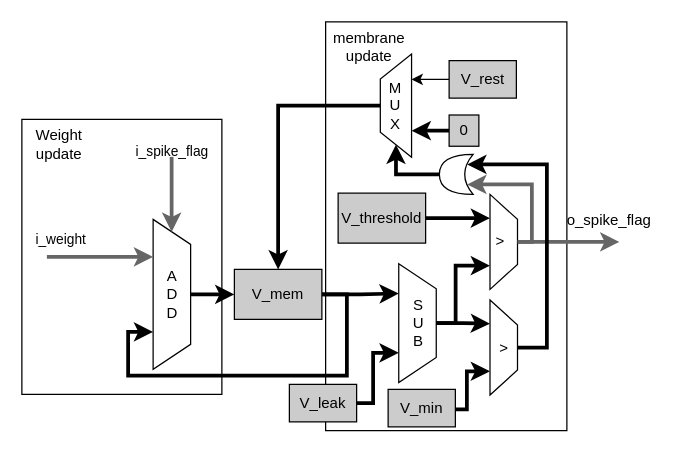
AurelieSa/draw_io keeps this draw.io diagram as slif.drawio. Above is the earlier version. Source tidied: cells renumbered, new cells numbered last; positions are measured from the earlier drawing's top-left corner, leaving out a move shared by most shapes. Both pictures are drawn from the tidied source at 125%, with x=0, y=0 at pixel (21, 21).
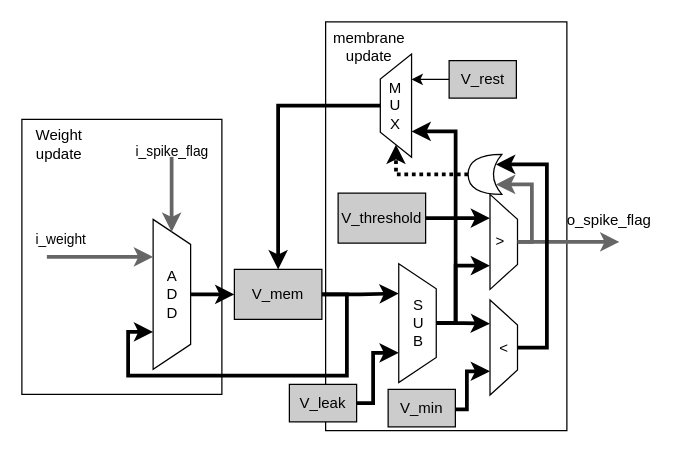
The same diagram, later.

The change refers to these unchanged cells:
```xml
<mxCell id="19" style="shape=trapezoid;perimeter=trapezoidPerimeter;whiteSpace=wrap;html=1;fixedSize=1;rotation=-90;fillColor=none;" parent="1" vertex="1">
  <mxGeometry x="258" y="54.5" width="82.5" height="25" as="geometry" />
</mxCell>
<mxCell id="32" style="shape=trapezoid;perimeter=trapezoidPerimeter;whiteSpace=wrap;html=1;fixedSize=1;rotation=90;fillColor=none;" parent="1" vertex="1">
  <mxGeometry x="269" y="226" width="95" height="30" as="geometry" />
</mxCell>
```

What changed in the source:
```diff
@@
-    <mxCell id="17" value="&amp;gt;" style="text;html=1;align=center;verticalAlign=middle;whiteSpace=wrap;rounded=0;" parent="1" vertex="1">
+    <mxCell id="17" value="&amp;lt;" style="text;html=1;align=center;verticalAlign=middle;whiteSpace=wrap;rounded=0;" parent="1" vertex="1">
       <mxGeometry x="377.5" y="245.5" width="16" height="30" as="geometry" />
     </mxCell>
@@
-    <mxCell id="24" style="edgeStyle=orthogonalEdgeStyle;rounded=0;jettySize=auto;html=1;exitX=0;exitY=0.5;exitDx=0;exitDy=0;entryX=0.25;entryY=1;entryDx=0;entryDy=0;strokeWidth=3;" parent="1" edge="1" source="25" target="19">
-      <mxGeometry relative="1" as="geometry" />
+    <mxCell id="24" style="edgeStyle=orthogonalEdgeStyle;rounded=0;jettySize=auto;html=1;exitX=0.5;exitY=0;exitDx=0;exitDy=0;entryX=0.25;entryY=1;entryDx=0;entryDy=0;strokeWidth=3;" parent="1" edge="1" source="32" target="19">
+      <mxGeometry relative="1" as="geometry">
+        <Array as="points">
+          <mxPoint x="347" y="241" />
+          <mxPoint x="347" y="88" />
+        </Array>
+      </mxGeometry>
     </mxCell>
-    <mxCell id="25" value="0" style="rounded=0;whiteSpace=wrap;html=1;fillColor=#CCCCCC;" parent="1" vertex="1">
-      <mxGeometry x="341.8" y="74.5" width="23.8" height="25" as="geometry" />
-    </mxCell>
-    <mxCell id="26" style="edgeStyle=orthogonalEdgeStyle;rounded=0;jettySize=auto;html=1;exitX=1;exitY=0.5;exitDx=0;exitDy=0;exitPerimeter=0;entryX=0;entryY=0.5;entryDx=0;entryDy=0;strokeWidth=3;" parent="1" edge="1" source="27" target="19">
+    <mxCell id="26" style="edgeStyle=orthogonalEdgeStyle;rounded=0;jettySize=auto;html=1;exitX=1;exitY=0.5;exitDx=0;exitDy=0;exitPerimeter=0;entryX=0;entryY=0.5;entryDx=0;entryDy=0;strokeWidth=3;strokeColor=#000000;dashed=1;dashPattern=1 1;" parent="1" edge="1" source="27" target="19">
       <mxGeometry relative="1" as="geometry">
         <Array as="points">
           <mxPoint x="300" y="122" />
           <mxPoint x="300" y="98" />
         </Array>
       </mxGeometry>
     </mxCell>
     <mxCell id="27" style="shape=xor;whiteSpace=wrap;html=1;rotation=-180;" parent="1" vertex="1">
-      <mxGeometry x="334" y="106" width="27" height="32" as="geometry" />
+      <mxGeometry x="357" y="106" width="27" height="32" as="geometry" />
     </mxCell>
```
